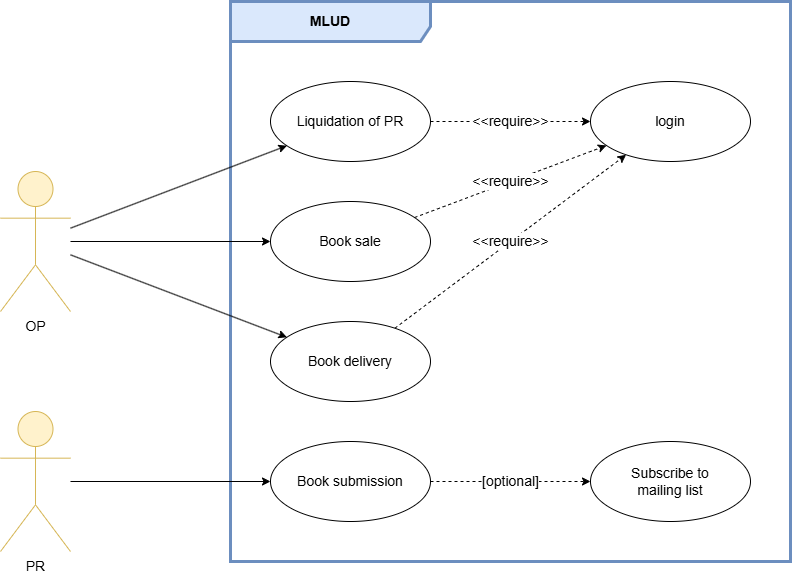
Before: documentation/assets/use_cases_diagram.png, a diagram exported from draw.io (pontig/lokalino_mlud). Source tidied: cells renumbered, new cells last; positions are measured from the earlier drawing's top-left corner, leaving out a move shared by most shapes. Its diagram source:
```xml
<mxGraphModel>
  <root>
    <mxCell id="0" />
    <mxCell id="1" parent="0" />
    <mxCell id="2" value="login" style="ellipse;whiteSpace=wrap;html=1;fontSize=14;" parent="1" vertex="1">
      <mxGeometry x="590" y="80" width="160" height="80" as="geometry" />
    </mxCell>
    <mxCell id="3" value="&amp;lt;&amp;lt;require&amp;gt;&amp;gt;" style="rounded=0;jettySize=auto;html=1;dashed=1;fontSize=14;" parent="1" edge="1" source="4" target="2">
      <mxGeometry relative="1" as="geometry" />
    </mxCell>
    <mxCell id="4" value="Liquidation of PR" style="ellipse;whiteSpace=wrap;html=1;fontSize=14;" parent="1" vertex="1">
      <mxGeometry x="270" y="80" width="160" height="80" as="geometry" />
    </mxCell>
    <mxCell id="5" value="&amp;lt;&amp;lt;require&amp;gt;&amp;gt;" style="rounded=0;jettySize=auto;html=1;dashed=1;fontSize=14;" parent="1" edge="1" source="6" target="2">
      <mxGeometry relative="1" as="geometry" />
    </mxCell>
    <mxCell id="6" value="Book sale" style="ellipse;whiteSpace=wrap;html=1;fontSize=14;" parent="1" vertex="1">
      <mxGeometry x="270" y="200" width="160" height="80" as="geometry" />
    </mxCell>
    <mxCell id="7" value="&amp;lt;&amp;lt;require&amp;gt;&amp;gt;" style="rounded=0;jettySize=auto;html=1;dashed=1;fontSize=14;" parent="1" edge="1" source="8" target="2">
      <mxGeometry relative="1" as="geometry" />
    </mxCell>
    <mxCell id="8" value="Book delivery" style="ellipse;whiteSpace=wrap;html=1;fontSize=14;" parent="1" vertex="1">
      <mxGeometry x="270" y="320" width="160" height="80" as="geometry" />
    </mxCell>
    <mxCell id="9" value="[optional]" style="rounded=0;jettySize=auto;html=1;dashed=1;fontSize=14;" parent="1" edge="1" source="10" target="18">
      <mxGeometry relative="1" as="geometry" />
    </mxCell>
    <mxCell id="10" value="Book submission" style="ellipse;whiteSpace=wrap;html=1;fontSize=14;" parent="1" vertex="1">
      <mxGeometry x="270" y="440" width="160" height="80" as="geometry" />
    </mxCell>
    <mxCell id="11" value="MLUD" style="shape=umlFrame;whiteSpace=wrap;html=1;width=200;height=40;fontStyle=1;fillColor=#dae8fc;strokeColor=#6c8ebf;strokeWidth=3;fontSize=14;" parent="1" vertex="1">
      <mxGeometry x="230" width="560" height="560" as="geometry" />
    </mxCell>
    <mxCell id="12" style="rounded=0;jettySize=auto;html=1;fontSize=14;" parent="1" edge="1" source="15" target="4">
      <mxGeometry relative="1" as="geometry" />
    </mxCell>
    <mxCell id="13" style="rounded=0;jettySize=auto;html=1;fontSize=14;" parent="1" edge="1" source="15" target="8">
      <mxGeometry relative="1" as="geometry" />
    </mxCell>
    <mxCell id="14" style="rounded=0;jettySize=auto;html=1;fontSize=14;" parent="1" edge="1" source="15" target="6">
      <mxGeometry relative="1" as="geometry" />
    </mxCell>
    <mxCell id="15" value="OP" style="shape=umlActor;verticalLabelPosition=bottom;verticalAlign=top;html=1;fillColor=#fff2cc;strokeColor=#d6b656;fontSize=14;" parent="1" vertex="1">
      <mxGeometry y="170" width="70" height="140" as="geometry" />
    </mxCell>
    <mxCell id="16" style="edgeStyle=orthogonalEdgeStyle;rounded=0;jettySize=auto;html=1;fontSize=14;" parent="1" edge="1" source="17" target="10">
      <mxGeometry relative="1" as="geometry" />
    </mxCell>
    <mxCell id="17" value="PR" style="shape=umlActor;verticalLabelPosition=bottom;verticalAlign=top;html=1;fillColor=#fff2cc;strokeColor=#d6b656;fontSize=14;" parent="1" vertex="1">
      <mxGeometry y="410" width="70" height="140" as="geometry" />
    </mxCell>
    <mxCell id="18" value="Subscribe to&lt;div&gt;mailing list&lt;/div&gt;" style="ellipse;whiteSpace=wrap;html=1;fontSize=14;" parent="1" vertex="1">
      <mxGeometry x="590" y="440" width="160" height="80" as="geometry" />
    </mxCell>
  </root>
</mxGraphModel>
```
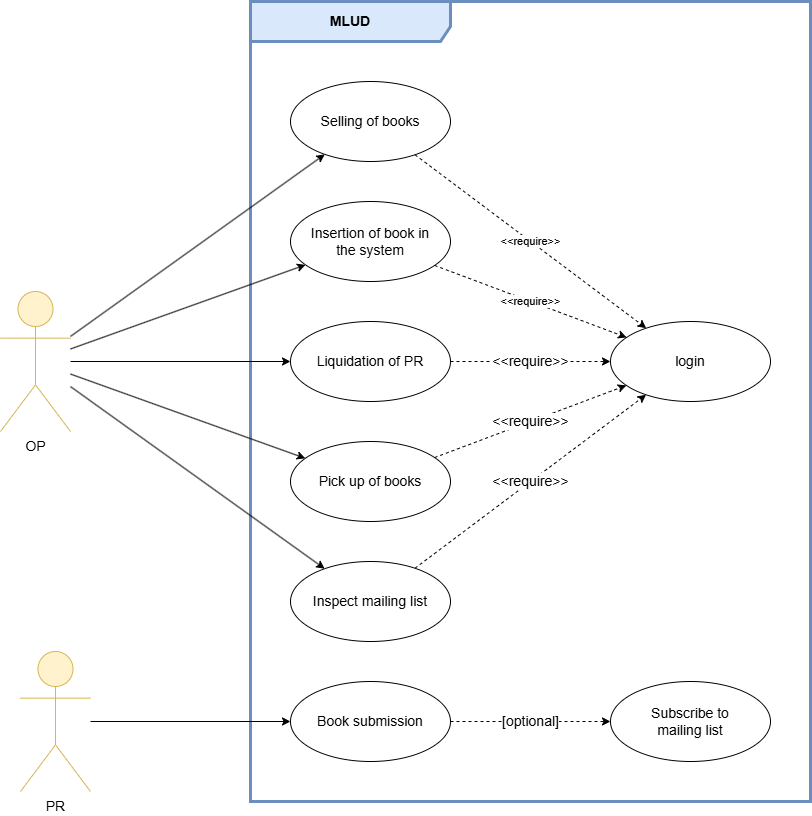
After the commit.

Diff of the diagram source:
```diff
@@ -14,13 +14,13 @@
     <mxCell id="5" value="&amp;lt;&amp;lt;require&amp;gt;&amp;gt;" style="rounded=0;jettySize=auto;html=1;dashed=1;fontSize=14;" parent="1" edge="1" source="6" target="2">
       <mxGeometry relative="1" as="geometry" />
     </mxCell>
-    <mxCell id="6" value="Book sale" style="ellipse;whiteSpace=wrap;html=1;fontSize=14;" parent="1" vertex="1">
+    <mxCell id="6" value="Pick up of books" style="ellipse;whiteSpace=wrap;html=1;fontSize=14;" parent="1" vertex="1">
       <mxGeometry x="270" y="200" width="160" height="80" as="geometry" />
     </mxCell>
     <mxCell id="7" value="&amp;lt;&amp;lt;require&amp;gt;&amp;gt;" style="rounded=0;jettySize=auto;html=1;dashed=1;fontSize=14;" parent="1" edge="1" source="8" target="2">
       <mxGeometry relative="1" as="geometry" />
     </mxCell>
-    <mxCell id="8" value="Book delivery" style="ellipse;whiteSpace=wrap;html=1;fontSize=14;" parent="1" vertex="1">
+    <mxCell id="8" value="Inspect mailing list" style="ellipse;whiteSpace=wrap;html=1;fontSize=14;" parent="1" vertex="1">
       <mxGeometry x="270" y="320" width="160" height="80" as="geometry" />
     </mxCell>
     <mxCell id="9" value="[optional]" style="rounded=0;jettySize=auto;html=1;dashed=1;fontSize=14;" parent="1" edge="1" source="10" target="18">
@@ -30,7 +30,7 @@
       <mxGeometry x="270" y="440" width="160" height="80" as="geometry" />
     </mxCell>
     <mxCell id="11" value="MLUD" style="shape=umlFrame;whiteSpace=wrap;html=1;width=200;height=40;fontStyle=1;fillColor=#dae8fc;strokeColor=#6c8ebf;strokeWidth=3;fontSize=14;" parent="1" vertex="1">
-      <mxGeometry x="230" width="560" height="560" as="geometry" />
+      <mxGeometry x="230" y="-240" width="560" height="800" as="geometry" />
     </mxCell>
     <mxCell id="12" style="rounded=0;jettySize=auto;html=1;fontSize=14;" parent="1" edge="1" source="15" target="4">
       <mxGeometry relative="1" as="geometry" />
@@ -41,8 +41,14 @@
     <mxCell id="14" style="rounded=0;jettySize=auto;html=1;fontSize=14;" parent="1" edge="1" source="15" target="6">
       <mxGeometry relative="1" as="geometry" />
     </mxCell>
+    <mxCell id="19" style="rounded=0;jettySize=auto;html=1;" parent="1" edge="1" source="15" target="24">
+      <mxGeometry relative="1" as="geometry" />
+    </mxCell>
+    <mxCell id="20" style="rounded=0;jettySize=auto;html=1;" parent="1" edge="1" source="15" target="22">
+      <mxGeometry relative="1" as="geometry" />
+    </mxCell>
     <mxCell id="15" value="OP" style="shape=umlActor;verticalLabelPosition=bottom;verticalAlign=top;html=1;fillColor=#fff2cc;strokeColor=#d6b656;fontSize=14;" parent="1" vertex="1">
-      <mxGeometry y="170" width="70" height="140" as="geometry" />
+      <mxGeometry x="-20" y="50" width="70" height="140" as="geometry" />
     </mxCell>
     <mxCell id="16" style="edgeStyle=orthogonalEdgeStyle;rounded=0;jettySize=auto;html=1;fontSize=14;" parent="1" edge="1" source="17" target="10">
       <mxGeometry relative="1" as="geometry" />
@@ -53,5 +59,17 @@
     <mxCell id="18" value="Subscribe to&lt;div&gt;mailing list&lt;/div&gt;" style="ellipse;whiteSpace=wrap;html=1;fontSize=14;" parent="1" vertex="1">
       <mxGeometry x="590" y="440" width="160" height="80" as="geometry" />
     </mxCell>
+    <mxCell id="21" value="&amp;lt;&amp;lt;require&amp;gt;&amp;gt;" style="rounded=0;jettySize=auto;html=1;dashed=1;" parent="1" edge="1" source="22" target="2">
+      <mxGeometry relative="1" as="geometry" />
+    </mxCell>
+    <mxCell id="22" value="Insertion of book in&lt;div&gt;the system&lt;/div&gt;" style="ellipse;whiteSpace=wrap;html=1;fontSize=14;" parent="1" vertex="1">
+      <mxGeometry x="270" y="-40" width="160" height="80" as="geometry" />
+    </mxCell>
+    <mxCell id="23" value="&amp;lt;&amp;lt;require&amp;gt;&amp;gt;" style="rounded=0;jettySize=auto;html=1;dashed=1;" parent="1" edge="1" source="24" target="2">
+      <mxGeometry relative="1" as="geometry" />
+    </mxCell>
+    <mxCell id="24" value="Selling of books" style="ellipse;whiteSpace=wrap;html=1;fontSize=14;" parent="1" vertex="1">
+      <mxGeometry x="270" y="-160" width="160" height="80" as="geometry" />
+    </mxCell>
   </root>
 </mxGraphModel>
```
